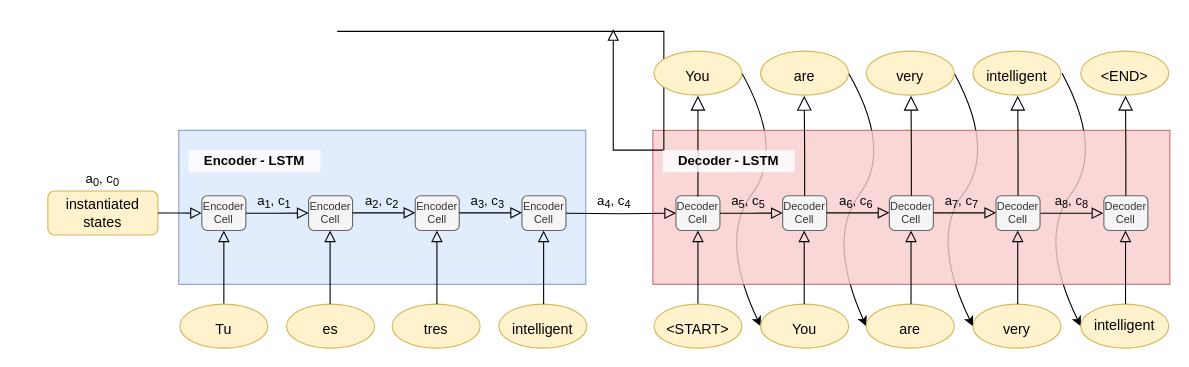
Above: _notebooks/images/seq2seqLSTM/images/encoder_decoder.drawio in nikita-yatchenko/blog (draw.io), before the change. Source tidied: cells renumbered, new cells numbered last; positions are measured from the earlier drawing's top-left corner, leaving out a move shared by most shapes. Both pictures are drawn from the tidied source at 110%, with x=0, y=0 at pixel (47, 29).
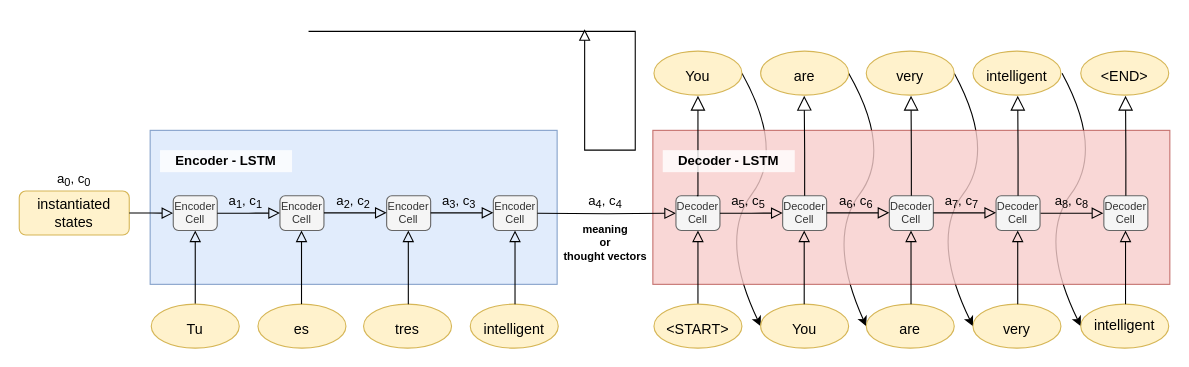
Above is the later version.

Unchanged cells that the change refers to:
```xml
<mxCell id="35" value="Decoder Cell" style="rounded=1;whiteSpace=wrap;html=1;fillColor=#f5f5f5;strokeColor=#666666;fontSize=10;fontColor=#333333;" parent="1" vertex="1">
  <mxGeometry x="571" y="151.5" width="40" height="31.5" as="geometry" />
</mxCell>
```

Change to the diagram source:
```diff
@@
     <mxCell id="7" style="rounded=0;whiteSpace=wrap;html=1;fillColor=#dae8fc;strokeColor=#6c8ebf;opacity=80;" parent="1" vertex="1">
-      <mxGeometry x="119" y="92" width="370" height="140" as="geometry" />
+      <mxGeometry x="93" y="92" width="370" height="140" as="geometry" />
     </mxCell>
@@
     <mxCell id="9" value="&lt;font style=&quot;line-height: 0%&quot;&gt;&lt;sub&gt;&lt;span style=&quot;font-size: 13px&quot;&gt;Tu&lt;/span&gt;&lt;br&gt;&lt;/sub&gt;&lt;/font&gt;" style="ellipse;whiteSpace=wrap;html=1;fillColor=#fff2cc;strokeColor=#d6b656;" parent="1" vertex="1">
-      <mxGeometry x="120" y="250" width="80" height="40" as="geometry" />
+      <mxGeometry x="94" y="250" width="80" height="40" as="geometry" />
     </mxCell>
     <mxCell id="10" style="rounded=0;html=1;jettySize=auto;orthogonalLoop=1;fontSize=11;endArrow=block;endFill=0;endSize=8;strokeWidth=1;shadow=0;labelBackgroundColor=none;edgeStyle=orthogonalEdgeStyle;exitX=0.5;exitY=0;exitDx=0;exitDy=0;entryX=0.5;entryY=1;entryDx=0;entryDy=0;" parent="1" edge="1">
       <mxGeometry x="0.33" y="20" relative="1" as="geometry">
-        <mxPoint x="263" y="2" as="sourcePoint" />
-        <mxPoint x="514" as="targetPoint" />
+        <mxPoint x="237" y="2" as="sourcePoint" />
+        <mxPoint x="488" as="targetPoint" />
         <Array as="points">
-          <mxPoint x="560" y="110" />
-          <mxPoint x="514" y="110" />
+          <mxPoint x="534" y="110" />
+          <mxPoint x="488" y="110" />
         </Array>
       </mxGeometry>
     </mxCell>
     <mxCell id="11" value="&lt;span style=&quot;font-size: 13px&quot;&gt;instantiated&lt;br&gt;states&lt;br&gt;&lt;/span&gt;" style="rounded=1;whiteSpace=wrap;html=1;fontSize=12;glass=0;strokeWidth=1;shadow=0;fillColor=#fff2cc;strokeColor=#d6b656;" parent="1" vertex="1">
-      <mxGeometry y="147.2" width="100" height="40" as="geometry" />
+      <mxGeometry x="-26" y="147.2" width="100" height="40" as="geometry" />
     </mxCell>
     <mxCell id="12" value="Encoder - LSTM" style="text;html=1;strokeColor=none;align=center;verticalAlign=middle;whiteSpace=wrap;rounded=0;opacity=80;fontStyle=1;fillColor=#ffffff;" parent="1" vertex="1">
-      <mxGeometry x="128" y="110" width="120" height="20" as="geometry" />
+      <mxGeometry x="102" y="110" width="120" height="20" as="geometry" />
     </mxCell>
@@
     <mxCell id="14" value="Encoder Cell" style="rounded=1;whiteSpace=wrap;html=1;fillColor=#f5f5f5;strokeColor=#666666;fontSize=10;fontColor=#333333;" parent="1" vertex="1">
-      <mxGeometry x="140" y="151.5" width="40" height="31.5" as="geometry" />
+      <mxGeometry x="114" y="151.5" width="40" height="31.5" as="geometry" />
     </mxCell>
     <mxCell id="15" value="&lt;font style=&quot;line-height: 0%&quot;&gt;&lt;sub&gt;&lt;span style=&quot;font-size: 13px&quot;&gt;es&lt;/span&gt;&lt;br&gt;&lt;/sub&gt;&lt;/font&gt;" style="ellipse;whiteSpace=wrap;html=1;fillColor=#fff2cc;strokeColor=#d6b656;" parent="1" vertex="1">
-      <mxGeometry x="217" y="250" width="80" height="40" as="geometry" />
+      <mxGeometry x="191" y="250" width="80" height="40" as="geometry" />
     </mxCell>
     <mxCell id="16" value="&lt;font style=&quot;line-height: 0%&quot;&gt;&lt;sub&gt;&lt;span style=&quot;font-size: 13px&quot;&gt;tres&lt;/span&gt;&lt;br&gt;&lt;/sub&gt;&lt;/font&gt;" style="ellipse;whiteSpace=wrap;html=1;fillColor=#fff2cc;strokeColor=#d6b656;" parent="1" vertex="1">
-      <mxGeometry x="313" y="250" width="80" height="40" as="geometry" />
+      <mxGeometry x="287" y="250" width="80" height="40" as="geometry" />
     </mxCell>
     <mxCell id="17" value="&lt;font style=&quot;line-height: 0%&quot;&gt;&lt;sub&gt;&lt;span style=&quot;font-size: 13px&quot;&gt;intelligent&lt;/span&gt;&lt;br&gt;&lt;/sub&gt;&lt;/font&gt;" style="ellipse;whiteSpace=wrap;html=1;fillColor=#fff2cc;strokeColor=#d6b656;" parent="1" vertex="1">
-      <mxGeometry x="410" y="250" width="80" height="40" as="geometry" />
+      <mxGeometry x="384" y="250" width="80" height="40" as="geometry" />
     </mxCell>
     <mxCell id="18" value="Encoder Cell" style="rounded=1;whiteSpace=wrap;html=1;fillColor=#f5f5f5;strokeColor=#666666;fontSize=10;fontColor=#333333;" parent="1" vertex="1">
-      <mxGeometry x="237" y="151.5" width="40" height="31.5" as="geometry" />
+      <mxGeometry x="211" y="151.5" width="40" height="31.5" as="geometry" />
     </mxCell>
     <mxCell id="19" value="Encoder Cell" style="rounded=1;whiteSpace=wrap;html=1;fillColor=#f5f5f5;strokeColor=#666666;fontSize=10;fontColor=#333333;" parent="1" vertex="1">
-      <mxGeometry x="334" y="151.5" width="40" height="31.5" as="geometry" />
+      <mxGeometry x="308" y="151.5" width="40" height="31.5" as="geometry" />
     </mxCell>
     <mxCell id="20" value="Encoder Cell" style="rounded=1;whiteSpace=wrap;html=1;fillColor=#f5f5f5;strokeColor=#666666;fontSize=10;fontColor=#333333;" parent="1" vertex="1">
-      <mxGeometry x="431" y="151.5" width="40" height="31.5" as="geometry" />
+      <mxGeometry x="405" y="151.5" width="40" height="31.5" as="geometry" />
     </mxCell>
     <mxCell id="21" style="rounded=0;html=1;jettySize=auto;orthogonalLoop=1;fontSize=11;endArrow=block;endFill=0;endSize=8;strokeWidth=1;shadow=0;labelBackgroundColor=none;edgeStyle=orthogonalEdgeStyle;exitX=0.5;exitY=0;exitDx=0;exitDy=0;entryX=0.5;entryY=1;entryDx=0;entryDy=0;" parent="1" edge="1">
       <mxGeometry x="0.33" y="20" relative="1" as="geometry">
-        <mxPoint x="256.6" y="250" as="sourcePoint" />
-        <mxPoint x="256.6" y="183" as="targetPoint" />
+        <mxPoint x="230.6" y="250" as="sourcePoint" />
+        <mxPoint x="230.6" y="183" as="targetPoint" />
       </mxGeometry>
     </mxCell>
     <mxCell id="22" style="rounded=0;html=1;jettySize=auto;orthogonalLoop=1;fontSize=11;endArrow=block;endFill=0;endSize=8;strokeWidth=1;shadow=0;labelBackgroundColor=none;edgeStyle=orthogonalEdgeStyle;exitX=0.5;exitY=0;exitDx=0;exitDy=0;entryX=0.5;entryY=1;entryDx=0;entryDy=0;" parent="1" edge="1">
       <mxGeometry x="0.33" y="20" relative="1" as="geometry">
-        <mxPoint x="353.7" y="250" as="sourcePoint" />
-        <mxPoint x="353.7" y="183" as="targetPoint" />
+        <mxPoint x="327.7" y="250" as="sourcePoint" />
+        <mxPoint x="327.7" y="183" as="targetPoint" />
       </mxGeometry>
     </mxCell>
     <mxCell id="23" style="rounded=0;html=1;jettySize=auto;orthogonalLoop=1;fontSize=11;endArrow=block;endFill=0;endSize=8;strokeWidth=1;shadow=0;labelBackgroundColor=none;edgeStyle=orthogonalEdgeStyle;exitX=0.5;exitY=0;exitDx=0;exitDy=0;entryX=0.5;entryY=1;entryDx=0;entryDy=0;" parent="1" edge="1">
       <mxGeometry x="0.33" y="20" relative="1" as="geometry">
-        <mxPoint x="450.7" y="250" as="sourcePoint" />
-        <mxPoint x="450.7" y="183" as="targetPoint" />
+        <mxPoint x="424.7" y="250" as="sourcePoint" />
+        <mxPoint x="424.7" y="183" as="targetPoint" />
       </mxGeometry>
     </mxCell>
@@
     <mxCell id="25" style="edgeStyle=orthogonalEdgeStyle;rounded=0;html=1;jettySize=auto;orthogonalLoop=1;fontSize=11;endArrow=block;endFill=0;endSize=8;strokeWidth=1;shadow=0;labelBackgroundColor=none;entryX=0;entryY=0.5;entryDx=0;entryDy=0;" parent="1" edge="1">
       <mxGeometry y="10" relative="1" as="geometry">
-        <mxPoint x="277" y="167" as="sourcePoint" />
-        <mxPoint x="334" y="167" as="targetPoint" />
+        <mxPoint x="251" y="167" as="sourcePoint" />
+        <mxPoint x="308" y="167" as="targetPoint" />
       </mxGeometry>
     </mxCell>
     <mxCell id="26" style="edgeStyle=orthogonalEdgeStyle;rounded=0;html=1;jettySize=auto;orthogonalLoop=1;fontSize=11;endArrow=block;endFill=0;endSize=8;strokeWidth=1;shadow=0;labelBackgroundColor=none;entryX=0;entryY=0.5;entryDx=0;entryDy=0;" parent="1" edge="1">
       <mxGeometry y="10" relative="1" as="geometry">
-        <mxPoint x="374" y="167" as="sourcePoint" />
-        <mxPoint x="431" y="167" as="targetPoint" />
+        <mxPoint x="348" y="167" as="sourcePoint" />
+        <mxPoint x="405" y="167" as="targetPoint" />
       </mxGeometry>
     </mxCell>
     <mxCell id="27" value="&lt;font style=&quot;font-size: 12px&quot;&gt;a&lt;sub&gt;0&lt;/sub&gt;, c&lt;sub&gt;0&lt;/sub&gt;&lt;/font&gt;" style="text;html=1;strokeColor=none;fillColor=none;align=center;verticalAlign=middle;whiteSpace=wrap;rounded=0;" parent="1" vertex="1">
-      <mxGeometry x="30" y="127" width="40" height="20" as="geometry" />
+      <mxGeometry x="4" y="127" width="40" height="20" as="geometry" />
     </mxCell>
     <mxCell id="28" value="&lt;font style=&quot;font-size: 12px&quot;&gt;a&lt;sub&gt;1&lt;/sub&gt;, c&lt;sub&gt;1&lt;/sub&gt;&lt;/font&gt;" style="text;html=1;strokeColor=none;fillColor=none;align=center;verticalAlign=middle;whiteSpace=wrap;rounded=0;" parent="1" vertex="1">
-      <mxGeometry x="186" y="147.2" width="40" height="20" as="geometry" />
+      <mxGeometry x="160" y="147.2" width="40" height="20" as="geometry" />
     </mxCell>
     <mxCell id="29" value="&lt;font style=&quot;font-size: 12px&quot;&gt;a&lt;sub&gt;2&lt;/sub&gt;, c&lt;sub&gt;2&lt;/sub&gt;&lt;/font&gt;" style="text;html=1;strokeColor=none;fillColor=none;align=center;verticalAlign=middle;whiteSpace=wrap;rounded=0;" parent="1" vertex="1">
-      <mxGeometry x="284" y="147.2" width="40" height="20" as="geometry" />
+      <mxGeometry x="258" y="147.2" width="40" height="20" as="geometry" />
     </mxCell>
     <mxCell id="30" value="&lt;font style=&quot;font-size: 12px&quot;&gt;a&lt;sub&gt;3&lt;/sub&gt;, c&lt;sub&gt;3&lt;/sub&gt;&lt;/font&gt;" style="text;html=1;strokeColor=none;fillColor=none;align=center;verticalAlign=middle;whiteSpace=wrap;rounded=0;" parent="1" vertex="1">
-      <mxGeometry x="380" y="147.2" width="40" height="20" as="geometry" />
+      <mxGeometry x="354" y="147.2" width="40" height="20" as="geometry" />
     </mxCell>
     <mxCell id="31" value="&lt;font style=&quot;font-size: 12px&quot;&gt;a&lt;sub&gt;4&lt;/sub&gt;, c&lt;sub&gt;4&lt;/sub&gt;&lt;/font&gt;" style="text;html=1;strokeColor=none;fillColor=none;align=center;verticalAlign=middle;whiteSpace=wrap;rounded=0;" parent="1" vertex="1">
-      <mxGeometry x="495" y="147.2" width="40" height="20" as="geometry" />
+      <mxGeometry x="487" y="147.2" width="40" height="20" as="geometry" />
     </mxCell>
     <mxCell id="32" style="edgeStyle=orthogonalEdgeStyle;rounded=0;html=1;jettySize=auto;fontSize=11;endArrow=block;endFill=0;endSize=8;strokeWidth=1;shadow=0;labelBackgroundColor=none;entryX=0;entryY=0.5;entryDx=0;entryDy=0;" parent="1" edge="1" target="35">
       <mxGeometry y="10" relative="1" as="geometry">
-        <mxPoint x="471" y="167.3" as="sourcePoint" />
+        <mxPoint x="445" y="167.3" as="sourcePoint" />
       </mxGeometry>
     </mxCell>
@@
+    <mxCell id="67" value="meaning &lt;br style=&quot;font-size: 10px;&quot;&gt;or &lt;br style=&quot;font-size: 10px;&quot;&gt;thought vectors" style="text;html=1;strokeColor=none;fillColor=none;align=center;verticalAlign=middle;whiteSpace=wrap;rounded=0;fontSize=10;fontStyle=1;" parent="1" vertex="1">
+      <mxGeometry x="464" y="175.2" width="86" height="36.8" as="geometry" />
+    </mxCell>
```
